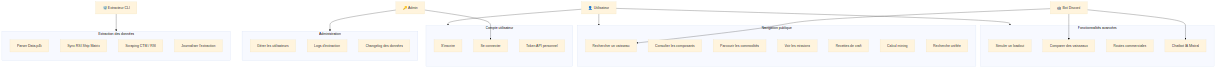
ampynjord/starvis keeps this Mermaid diagram as docs/diagrams/01_use_case.png. Above is the earlier version. Its source is kept beside it as docs/diagrams/01_use_case.mmd.
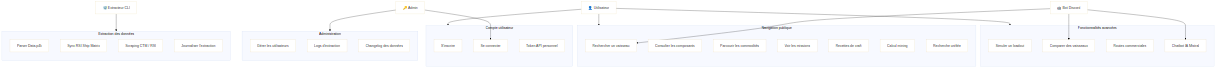
The same file after the commit.

The edit, as a diff of the source:
```diff
@@ -1,4 +1,4 @@
-%%{init: {'theme': 'base', 'themeVariables': {'fontSize': '15px', 'fontFamily': 'Arial'}}}%%
+%%{init: {'theme': 'base', 'themeVariables': {'background': '#ffffff', 'mainBkg': '#ffffff', 'fontSize': '15px', 'fontFamily': 'Arial'}}}%%
 graph TD
     U["👤 Utilisateur"]
     A["🔑 Admin"]
```
